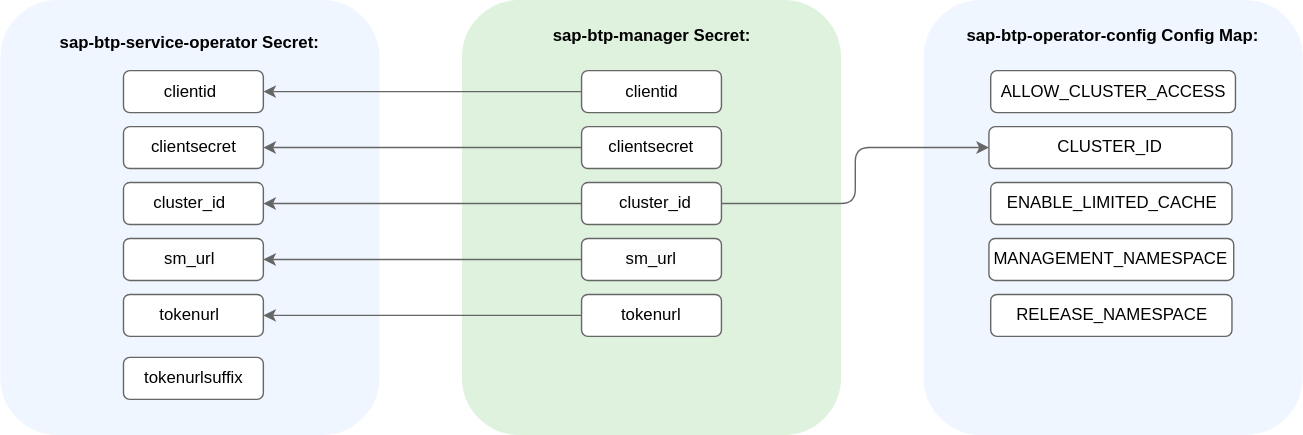
Earlier version of the draw.io export docs/assets/module_credentials.drawio.svg (kyma-project/btp-manager). Source tidied: cells renumbered, new cells last; positions are measured from the earlier drawing's top-left corner, leaving out a move shared by most shapes.
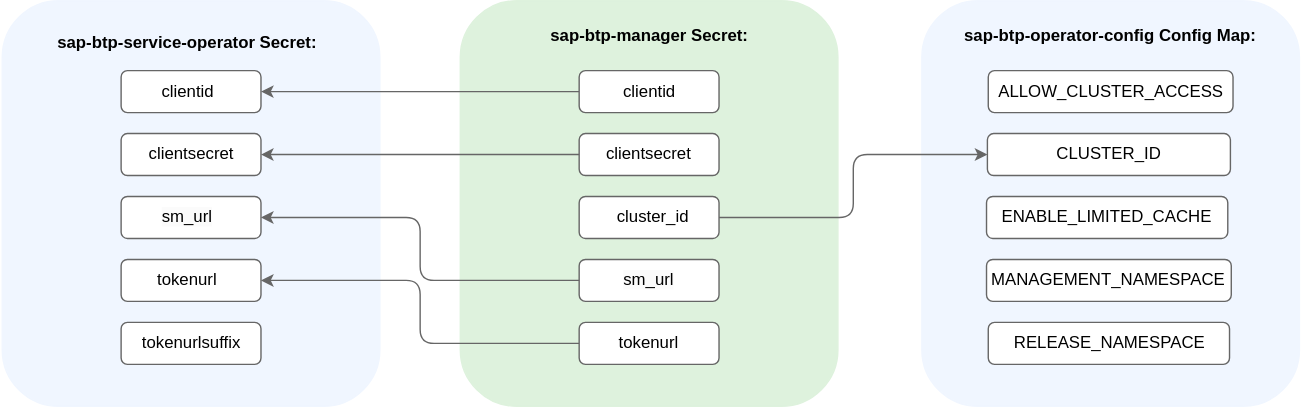
Later version of the same file.

Commit message:
Sync the user docs with the module documentation on Help Portal (#981)

Change to the diagram source:
```diff
@@ -3,28 +3,25 @@
     <mxCell id="0" />
     <mxCell id="1" parent="0" />
     <mxCell id="2" style="rounded=1;whiteSpace=wrap;html=1;strokeColor=#f0f6ff;fillColor=#f0f6ff;" parent="1" vertex="1">
-      <mxGeometry x="660" width="270" height="310" as="geometry" />
+      <mxGeometry x="660" width="270" height="290" as="geometry" />
     </mxCell>
     <mxCell id="3" style="rounded=1;whiteSpace=wrap;html=1;strokeColor=#f0f6ff;fillColor=#f0f6ff;" parent="1" vertex="1">
-      <mxGeometry width="270" height="310" as="geometry" />
+      <mxGeometry x="2.5" width="270" height="290" as="geometry" />
     </mxCell>
     <mxCell id="4" style="rounded=1;whiteSpace=wrap;html=1;strokeColor=#666666;" parent="1" vertex="1">
-      <mxGeometry x="87.5" y="210" width="100" height="30" as="geometry" />
+      <mxGeometry x="87.5" y="185" width="100" height="30" as="geometry" />
     </mxCell>
     <mxCell id="5" style="rounded=1;whiteSpace=wrap;html=1;strokeColor=#666666;" parent="1" vertex="1">
-      <mxGeometry x="87.5" y="170" width="100" height="30" as="geometry" />
+      <mxGeometry x="87.5" y="140" width="100" height="30" as="geometry" />
     </mxCell>
-    <mxCell id="6" style="rounded=1;whiteSpace=wrap;html=1;strokeColor=#666666;" parent="1" vertex="1">
-      <mxGeometry x="87.5" y="130" width="100" height="30" as="geometry" />
-    </mxCell>
     <mxCell id="7" style="rounded=1;whiteSpace=wrap;html=1;strokeColor=#666666;" parent="1" vertex="1">
-      <mxGeometry x="87.5" y="90" width="100" height="30" as="geometry" />
+      <mxGeometry x="87.5" y="95" width="100" height="30" as="geometry" />
     </mxCell>
     <mxCell id="8" style="rounded=1;whiteSpace=wrap;html=1;strokeColor=#666666;" parent="1" vertex="1">
       <mxGeometry x="87.5" y="50" width="100" height="30" as="geometry" />
     </mxCell>
     <mxCell id="9" style="rounded=1;whiteSpace=wrap;html=1;strokeColor=#def2dd;fillColor=#def2dd;" parent="1" vertex="1">
-      <mxGeometry x="330" width="270" height="310" as="geometry" />
+      <mxGeometry x="330" width="270" height="290" as="geometry" />
     </mxCell>
     <mxCell id="10" value="&lt;font size=&quot;1&quot; style=&quot;&quot;&gt;&lt;b style=&quot;font-size: 12px;&quot;&gt;sap-btp-manager Secret:&lt;/b&gt;&lt;/font&gt;" style="text;html=1;align=center;verticalAlign=middle;whiteSpace=wrap;rounded=0;" parent="1" vertex="1">
       <mxGeometry x="382.5" y="10" width="165" height="30" as="geometry" />
@@ -36,28 +33,25 @@
       <mxGeometry x="415" y="50" width="100" height="30" as="geometry" />
     </mxCell>
     <mxCell id="13" style="rounded=1;whiteSpace=wrap;html=1;strokeColor=#666666;" parent="1" vertex="1">
-      <mxGeometry x="415" y="90" width="100" height="30" as="geometry" />
+      <mxGeometry x="415" y="95" width="100" height="30" as="geometry" />
     </mxCell>
-    <mxCell id="14" style="edgeStyle=orthogonalEdgeStyle;rounded=1;jettySize=auto;html=1;entryX=1;entryY=0.5;entryDx=0;entryDy=0;curved=0;strokeColor=#666666;" parent="1" edge="1" source="15" target="6">
-      <mxGeometry relative="1" as="geometry" />
-    </mxCell>
     <mxCell id="15" style="rounded=1;whiteSpace=wrap;html=1;strokeColor=#666666;" parent="1" vertex="1">
-      <mxGeometry x="415" y="130" width="100" height="30" as="geometry" />
+      <mxGeometry x="415" y="140" width="100" height="30" as="geometry" />
     </mxCell>
     <mxCell id="16" style="rounded=1;whiteSpace=wrap;html=1;strokeColor=#666666;" parent="1" vertex="1">
-      <mxGeometry x="415" y="170" width="100" height="30" as="geometry" />
+      <mxGeometry x="415" y="185" width="100" height="30" as="geometry" />
     </mxCell>
     <mxCell id="17" style="edgeStyle=orthogonalEdgeStyle;rounded=1;jettySize=auto;html=1;entryX=1;entryY=0.5;entryDx=0;entryDy=0;curved=0;strokeColor=#666666;" parent="1" edge="1" source="18" target="4">
       <mxGeometry relative="1" as="geometry" />
     </mxCell>
     <mxCell id="18" style="rounded=1;whiteSpace=wrap;html=1;strokeColor=#666666;" parent="1" vertex="1">
-      <mxGeometry x="415" y="210" width="100" height="30" as="geometry" />
+      <mxGeometry x="415" y="230" width="100" height="30" as="geometry" />
     </mxCell>
     <mxCell id="19" style="edgeStyle=orthogonalEdgeStyle;rounded=1;jettySize=auto;html=1;entryX=1;entryY=0.5;entryDx=0;entryDy=0;exitX=0;exitY=0.5;exitDx=0;exitDy=0;curved=0;strokeColor=#666666;" parent="1" edge="1" source="13" target="7">
       <mxGeometry relative="1" as="geometry" />
     </mxCell>
     <mxCell id="20" value="&lt;div style=&quot;text-align: left;&quot;&gt;clientsecret&lt;/div&gt;" style="text;html=1;align=center;verticalAlign=middle;whiteSpace=wrap;rounded=0;" parent="1" vertex="1">
-      <mxGeometry x="425" y="95" width="80" height="20" as="geometry" />
+      <mxGeometry x="425" y="100" width="80" height="20" as="geometry" />
     </mxCell>
     <mxCell id="21" value="&lt;span style=&quot;text-align: left;&quot;&gt;clientid&lt;/span&gt;" style="text;html=1;align=center;verticalAlign=middle;whiteSpace=wrap;rounded=0;" parent="1" vertex="1">
       <mxGeometry x="427.5" y="55" width="75" height="20" as="geometry" />
@@ -66,55 +60,52 @@
       <mxGeometry relative="1" as="geometry" />
     </mxCell>
     <mxCell id="23" value="&lt;div style=&quot;text-align: left;&quot;&gt;cluster_id&lt;br&gt;&lt;/div&gt;" style="text;html=1;align=center;verticalAlign=middle;whiteSpace=wrap;rounded=0;" parent="1" vertex="1">
-      <mxGeometry x="427.5" y="135" width="80" height="20" as="geometry" />
+      <mxGeometry x="427.5" y="145" width="80" height="20" as="geometry" />
     </mxCell>
     <mxCell id="24" style="edgeStyle=orthogonalEdgeStyle;rounded=1;jettySize=auto;html=1;entryX=1;entryY=0.5;entryDx=0;entryDy=0;exitX=0;exitY=0.5;exitDx=0;exitDy=0;curved=0;strokeColor=#666666;" parent="1" edge="1" source="16" target="5">
       <mxGeometry relative="1" as="geometry" />
     </mxCell>
     <mxCell id="25" value="&lt;meta charset=&quot;utf-8&quot;&gt;&lt;span style=&quot;color: rgb(0, 0, 0); font-family: Helvetica; font-size: 12px; font-style: normal; font-variant-ligatures: normal; font-variant-caps: normal; font-weight: 400; letter-spacing: normal; orphans: 2; text-align: left; text-indent: 0px; text-transform: none; widows: 2; word-spacing: 0px; -webkit-text-stroke-width: 0px; white-space: normal; background-color: rgb(251, 251, 251); text-decoration-thickness: initial; text-decoration-style: initial; text-decoration-color: initial; display: inline !important; float: none;&quot;&gt;sm_url&lt;/span&gt;" style="text;html=1;align=center;verticalAlign=middle;whiteSpace=wrap;rounded=0;" parent="1" vertex="1">
-      <mxGeometry x="425" y="175" width="80" height="20" as="geometry" />
+      <mxGeometry x="425" y="190" width="80" height="20" as="geometry" />
     </mxCell>
     <mxCell id="26" value="&lt;div style=&quot;text-align: left;&quot;&gt;tokenurl&lt;br&gt;&lt;/div&gt;" style="text;html=1;align=center;verticalAlign=middle;whiteSpace=wrap;rounded=0;" parent="1" vertex="1">
-      <mxGeometry x="425" y="215" width="80" height="20" as="geometry" />
+      <mxGeometry x="425" y="235" width="80" height="20" as="geometry" />
     </mxCell>
     <mxCell id="27" value="&lt;div style=&quot;text-align: left;&quot;&gt;clientsecret&lt;/div&gt;" style="text;html=1;align=center;verticalAlign=middle;whiteSpace=wrap;rounded=0;" parent="1" vertex="1">
-      <mxGeometry x="97.5" y="95" width="80" height="20" as="geometry" />
+      <mxGeometry x="97.5" y="100" width="80" height="20" as="geometry" />
     </mxCell>
     <mxCell id="28" value="&lt;span style=&quot;text-align: left;&quot;&gt;clientid&lt;/span&gt;" style="text;html=1;align=center;verticalAlign=middle;whiteSpace=wrap;rounded=0;" parent="1" vertex="1">
       <mxGeometry x="97.5" y="55" width="75" height="20" as="geometry" />
     </mxCell>
-    <mxCell id="29" value="&lt;div style=&quot;text-align: left;&quot;&gt;cluster_id&lt;br&gt;&lt;/div&gt;" style="text;html=1;align=center;verticalAlign=middle;whiteSpace=wrap;rounded=0;" parent="1" vertex="1">
-      <mxGeometry x="95" y="135" width="80" height="20" as="geometry" />
-    </mxCell>
     <mxCell id="30" value="&lt;meta charset=&quot;utf-8&quot;&gt;&lt;span style=&quot;color: rgb(0, 0, 0); font-family: Helvetica; font-size: 12px; font-style: normal; font-variant-ligatures: normal; font-variant-caps: normal; font-weight: 400; letter-spacing: normal; orphans: 2; text-align: left; text-indent: 0px; text-transform: none; widows: 2; word-spacing: 0px; -webkit-text-stroke-width: 0px; white-space: normal; background-color: rgb(251, 251, 251); text-decoration-thickness: initial; text-decoration-style: initial; text-decoration-color: initial; display: inline !important; float: none;&quot;&gt;sm_url&lt;/span&gt;" style="text;html=1;align=center;verticalAlign=middle;whiteSpace=wrap;rounded=0;" parent="1" vertex="1">
-      <mxGeometry x="95" y="175" width="80" height="20" as="geometry" />
+      <mxGeometry x="95" y="145" width="80" height="20" as="geometry" />
     </mxCell>
     <mxCell id="31" value="&lt;div style=&quot;text-align: left;&quot;&gt;tokenurl&lt;br&gt;&lt;/div&gt;" style="text;html=1;align=center;verticalAlign=middle;whiteSpace=wrap;rounded=0;" parent="1" vertex="1">
-      <mxGeometry x="95" y="215" width="80" height="20" as="geometry" />
+      <mxGeometry x="95" y="190" width="80" height="20" as="geometry" />
     </mxCell>
     <mxCell id="32" value="&lt;b&gt;sap-btp-service-operator Secret:&lt;/b&gt;" style="text;html=1;align=center;verticalAlign=middle;whiteSpace=wrap;rounded=0;" parent="1" vertex="1">
       <mxGeometry x="35" y="17.5" width="200" height="25" as="geometry" />
     </mxCell>
     <mxCell id="33" value="&lt;span style=&quot;text-align: left;&quot;&gt;tokenurlsuffix&lt;/span&gt;" style="rounded=1;whiteSpace=wrap;html=1;strokeColor=#666666;" parent="1" vertex="1">
-      <mxGeometry x="87.5" y="255" width="100" height="30" as="geometry" />
+      <mxGeometry x="87.5" y="230" width="100" height="30" as="geometry" />
     </mxCell>
     <mxCell id="34" value="&lt;span style=&quot;text-align: left;&quot;&gt;ENABLE_LIMITED_CACHE&lt;/span&gt;" style="rounded=1;whiteSpace=wrap;html=1;strokeColor=#666666;" parent="1" vertex="1">
-      <mxGeometry x="707.5" y="130" width="172.5" height="30" as="geometry" />
+      <mxGeometry x="706.2" y="140" width="172.5" height="30" as="geometry" />
     </mxCell>
     <mxCell id="35" value="&lt;b style=&quot;text-align: left;&quot;&gt;sap-btp-operator-config Config Map:&lt;/b&gt;" style="text;html=1;align=center;verticalAlign=middle;whiteSpace=wrap;rounded=0;" parent="1" vertex="1">
       <mxGeometry x="685" y="10" width="220" height="30" as="geometry" />
     </mxCell>
     <mxCell id="36" value="&lt;span style=&quot;text-align: left;&quot;&gt;MANAGEMENT_NAMESPACE&lt;/span&gt;" style="rounded=1;whiteSpace=wrap;html=1;strokeColor=#666666;" parent="1" vertex="1">
-      <mxGeometry x="706.2" y="170" width="175" height="30" as="geometry" />
+      <mxGeometry x="706.2" y="185" width="175" height="30" as="geometry" />
     </mxCell>
     <mxCell id="37" value="&lt;span style=&quot;text-align: left;&quot;&gt;RELEASE_NAMESPACE&lt;/span&gt;" style="rounded=1;whiteSpace=wrap;html=1;strokeColor=#666666;" parent="1" vertex="1">
-      <mxGeometry x="707.5" y="210" width="172.5" height="30" as="geometry" />
+      <mxGeometry x="707.5" y="230" width="172.5" height="30" as="geometry" />
     </mxCell>
     <mxCell id="38" value="&lt;span style=&quot;text-align: left;&quot;&gt;ALLOW_CLUSTER_ACCESS&lt;/span&gt;" style="rounded=1;whiteSpace=wrap;html=1;strokeColor=#666666;" parent="1" vertex="1">
       <mxGeometry x="707.5" y="50" width="175" height="30" as="geometry" />
     </mxCell>
     <mxCell id="39" value="&lt;span style=&quot;text-align: left;&quot;&gt;CLUSTER_ID&lt;/span&gt;" style="rounded=1;whiteSpace=wrap;html=1;strokeColor=#666666;" parent="1" vertex="1">
-      <mxGeometry x="706.2" y="90" width="173.8" height="30" as="geometry" />
+      <mxGeometry x="706.9" y="95" width="173.8" height="30" as="geometry" />
     </mxCell>
   </root>
 </mxGraphModel>
```
